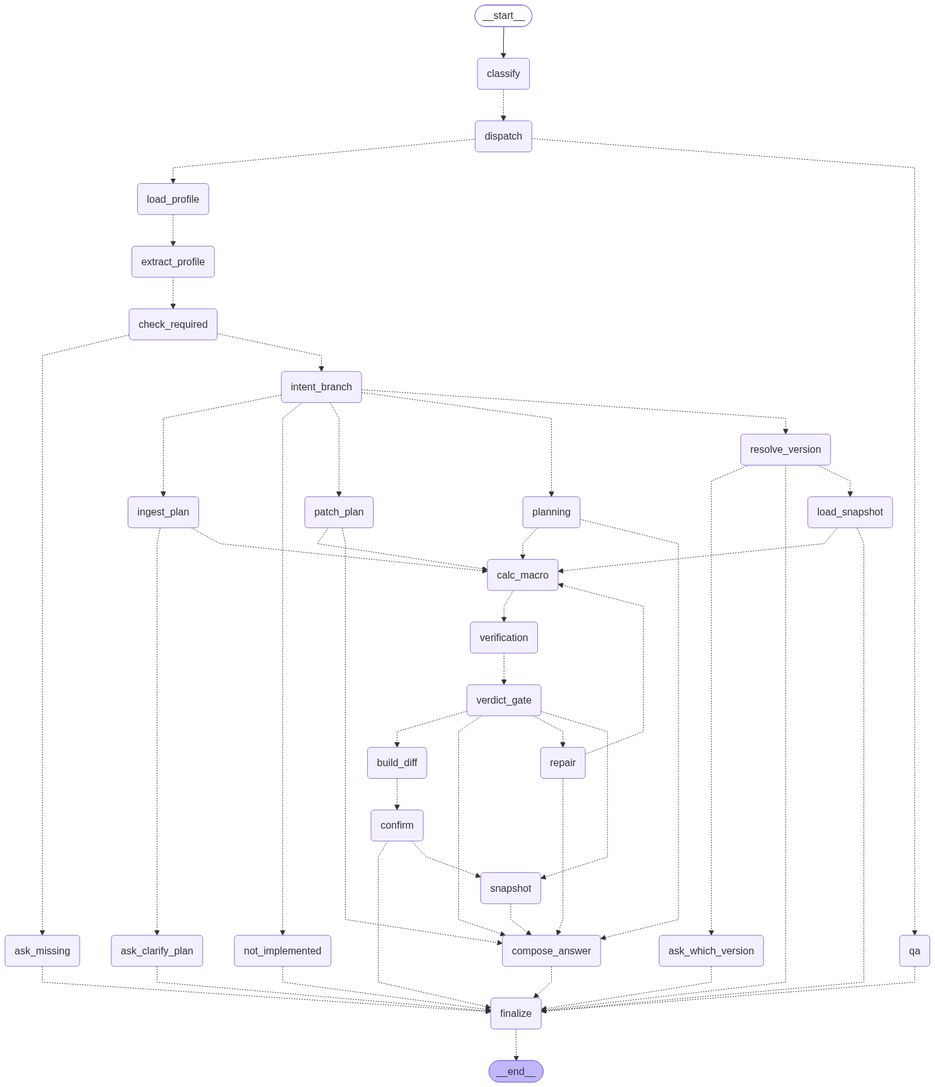
Earlier version of the Mermaid export docs/diagrams/root.png (hoanhoang-agilityio/Assistant-Learning). Its source is kept beside it as docs/diagrams/root.mmd.
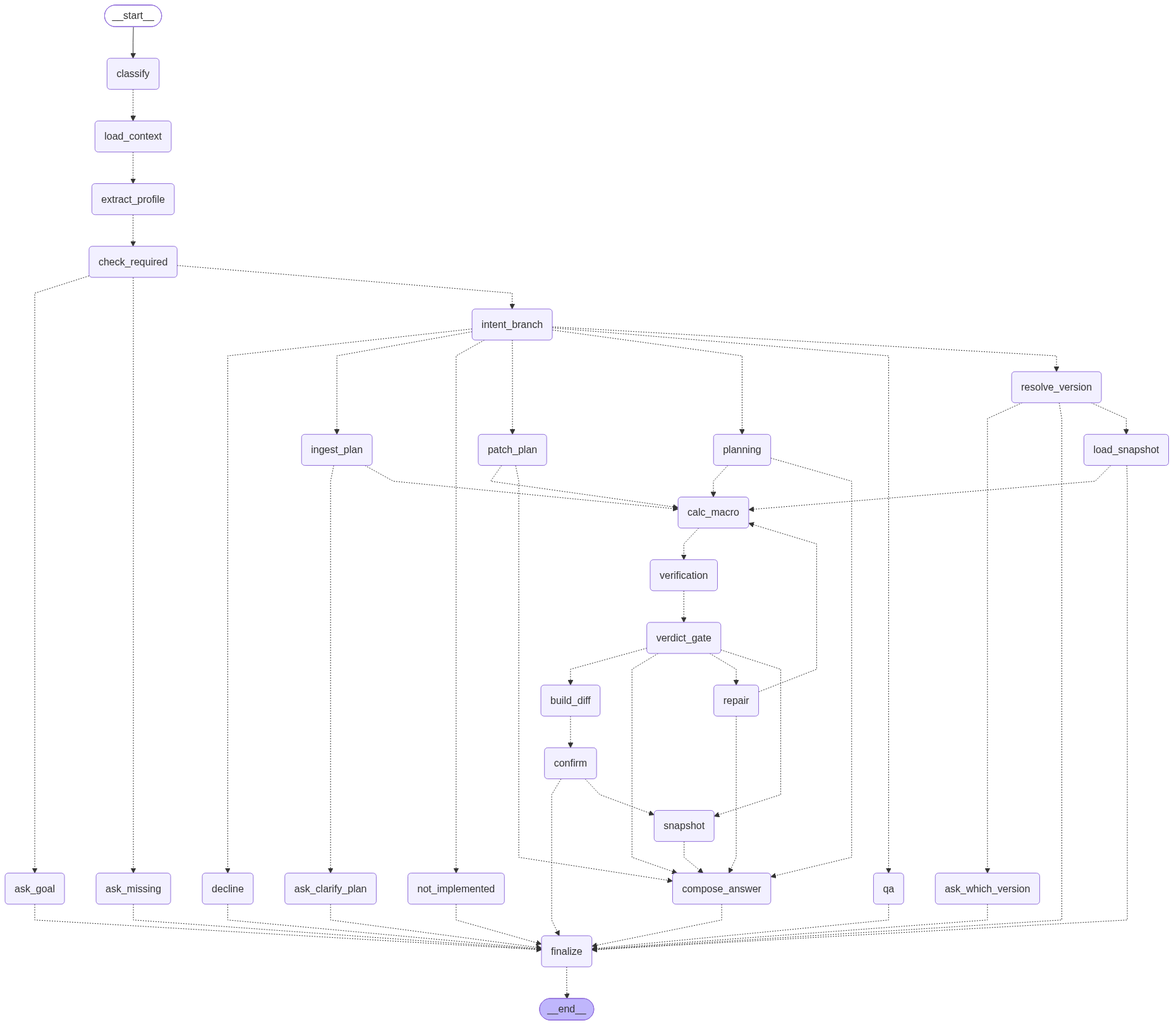
The same file after the commit.

Commit message:
docs: document ask_goal and update the root graph diagram

The edit, as a diff of the source:
```diff
@@ -6,14 +6,14 @@
 graph TD;
 	__start__([<p>__start__</p>]):::first
 	classify(classify)
-	dispatch(dispatch)
-	qa(qa)
-	decline(decline)
-	load_profile(load_profile)
+	load_context(load_context)
 	extract_profile(extract_profile)
 	check_required(check_required)
 	ask_missing(ask_missing)
+	ask_goal(ask_goal)
 	intent_branch(intent_branch)
+	qa(qa)
+	decline(decline)
 	ingest_plan(ingest_plan)
 	ask_clarify_plan(ask_clarify_plan)
 	resolve_version(resolve_version)
@@ -34,30 +34,31 @@
 	__end__([<p>__end__</p>]):::last
 	__start__ --> classify;
 	ask_clarify_plan -.-> finalize;
+	ask_goal -.-> finalize;
 	ask_missing -.-> finalize;
 	ask_which_version -.-> finalize;
 	build_diff -.-> confirm;
 	calc_macro -.-> verification;
+	check_required -.-> ask_goal;
 	check_required -.-> ask_missing;
 	check_required -.-> intent_branch;
-	classify -.-> dispatch;
+	classify -.-> load_context;
 	compose_answer -.-> finalize;
 	confirm -.-> finalize;
 	confirm -.-> snapshot;
 	decline -.-> finalize;
-	dispatch -.-> decline;
-	dispatch -.-> load_profile;
-	dispatch -.-> qa;
 	extract_profile -.-> check_required;
 	finalize -.-> __end__;
 	ingest_plan -.-> ask_clarify_plan;
 	ingest_plan -.-> calc_macro;
+	intent_branch -.-> decline;
 	intent_branch -.-> ingest_plan;
 	intent_branch -.-> not_implemented;
 	intent_branch -.-> patch_plan;
 	intent_branch -.-> planning;
+	intent_branch -.-> qa;
 	intent_branch -.-> resolve_version;
-	load_profile -.-> extract_profile;
+	load_context -.-> extract_profile;
 	load_snapshot -.-> calc_macro;
 	load_snapshot -.-> finalize;
 	not_implemented -.-> finalize;
```
